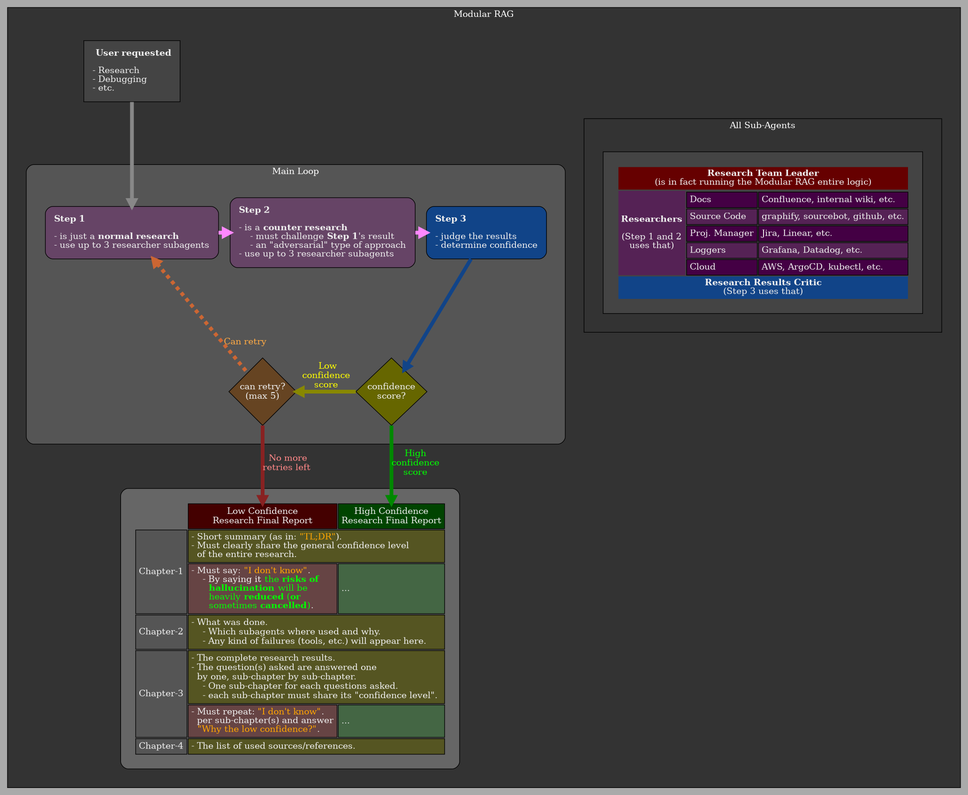
This is LLMs/modular-rag/diagrams/modular-rag.png from GuillaumeBouchetEpitech/some-teaching-material, a Graphviz export, as it was before one commit. Its source is kept beside it as LLMs/modular-rag/diagrams/modular-rag.dot. The source it was exported from:
```dot
digraph {

  bgcolor="#aaaaaa"

  compound=true;

  node [
    shape="box"
    style=filled
    fontcolor="#eeeeee"
    fillcolor="#666644"
    margin="0.2"
  ]

  edge [
    fontcolor="#ffffff"
    color="#aaaaaa"
    penwidth=6.0
    len=1.0
    minlen=0.0
  ]

  subgraph modular_rag {
    label = "Modular RAG"
    fontcolor="#ffffff"
    bgcolor="#333333"
    cluster=true
    margin="30.0"

    research [label=< <b>User requested</b><br/><br/>- Research<br align="left"/>- Debugging<br align="left"/>- etc.<br align="left"/>> shape="box" fillcolor="#444444"]

    subgraph main_loop {
      label = "Main Loop"
      fontcolor="#ffffff"
      bgcolor="#555555"
      style="filled,rounded"
      cluster=true

      node [style="filled,rounded"]
      node [fillcolor="#664466"]

      step1 [label=<<b>Step 1</b>
<br align="left"/>
<br align="left"/>- is just a <b>normal research</b>
<br align="left"/>- use up to 3 researcher subagents
<br align="left"/>>]

      step2 [label=<<b>Step 2</b>
<br align="left"/>
<br align="left"/>- is a <b>counter research</b>
<br align="left"/>    - must challenge <b>Step 1</b>'s result
<br align="left"/>    - an "adversarial" type of approach
<br align="left"/>- use up to 3 researcher subagents
<br align="left"/>>]

      node [fillcolor="#114488"]

      step3 [label=<<b>Step 3</b>
<br align="left"/>
<br align="left"/>- judge the results
<br align="left"/>- determine confidence
<br align="left"/>>]

      node [style="filled"]

      node [margin="0.0" width="1.5" height="1.5"]

      step3_1 [label="confidence\nscore?\n" shape="diamond" fillcolor="#666600"]
      step3_2 [label="can retry?\n(max 5)\n" shape="diamond" fillcolor="#664422"]

      node [margin="0.0" width="0.0" height="0.0"]
    }


      node [style="filled,rounded"]

      final_result [label=<
        <table border="0" cellpadding="4">

          <tr>
            <td colspan="1"></td>
            <td PORT="low_confidence" bgcolor="#440000" border="1" align="center" colspan="1">Low Confidence<br/>Research Final Report</td>
            <td PORT="high_confidence" bgcolor="#004400" border="1" align="center" colspan="1">High Confidence<br/>Research Final Report</td>
          </tr>

          <tr>
            <td bgcolor="#555555" border="1" align="left" colspan="1" rowspan="2">Chapter-1</td>
             <td bgcolor="#555522" border="1" align="left" colspan="2">
- Short summary (as in: <font color="orange">"TL;DR"</font>).<br align="left"/>
- Must clearly share the general confidence level<br align="left"/>
  of the entire research.<br align="left"/></td>
         </tr>

          <tr>
            <td bgcolor="#664444" border="1" align="left" colspan="1">
- Must say: <font color="orange">"I don't know"</font>.<br align="left"/>
    - By saying it <font color="green">the <b>risks of</b></font><br align="left"/>
      <font color="green"><b>hallucination</b> will be</font><br align="left"/>
      <font color="green">heavily <b>reduced</b> (<b>or</b></font><br align="left"/>
      <font color="green">sometimes <b>cancelled</b>)</font>.<br align="left"/>
</td>
            <td bgcolor="#446644" border="1" align="left" colspan="1">...</td>
          </tr>

          <tr>
            <td bgcolor="#555555" border="1" align="left" colspan="1">Chapter-2</td>
            <td bgcolor="#555522" border="1" align="left" colspan="2">
- What was done.<br align="left"/>
    - Which subagents where used and why.<br align="left"/>
    - Any kind of failures (tools, etc.) will appear here.</td>
          </tr>

          <tr>
            <td bgcolor="#555555" border="1" align="left" colspan="1" rowspan="2">Chapter-3</td>
            <td bgcolor="#555522" border="1" align="left" colspan="2">
- The complete research results.<br align="left"/>
- The question(s) asked are answered one<br align="left"/>
  by one, sub-chapter by sub-chapter.<br align="left"/>
    - One sub-chapter for each questions asked.<br align="left"/>
    - each sub-chapter must share its "confidence level".<br align="left"/></td>
          </tr>

          <tr>
            <td bgcolor="#664444" border="1" align="left" colspan="1">
- Must repeat: <font color="orange">"I don't know"</font>.<br align="left"/>
  per sub-chapter(s) and answer<br align="left"/>
  <font color="orange">"Why the low confidence?"</font>.<br align="left"/></td>
            <td bgcolor="#446644" border="1" align="left" colspan="1">...</td>
          </tr>

          <tr>
            <td bgcolor="#555555" border="1" align="left" colspan="1">Chapter-4</td>
            <td bgcolor="#555522" border="1" align="left" colspan="2">- The list of used sources/references.</td>
          </tr>

        </table>>
        margin="0.3" fillcolor="#666666"]


      node [margin="0.15"]

    node [style="filled"]
    node [fillcolor="#444444"]

    subgraph cluster_subagents {

      label = "All Sub-Agents"

      all_subagents [label=<
        <table border="0" cellpadding="4">
        <tr><td PORT="leader" bgcolor="#660000" colspan="3"><b>Research Team Leader</b><br/>(is in fact running the Modular RAG entire logic)</td></tr>

        <tr><td PORT="worker" bgcolor="#552255" rowspan="6" colspan="1"><b>Researchers</b><br/><br/>(Step 1 and 2<br/>uses that)</td></tr>
        <tr><td bgcolor="#440044"  border="1" align="left" colspan="1">Docs</td><td bgcolor="#440044"  border="1" align="left" colspan="1">Confluence, internal wiki, etc.</td></tr>
        <tr><td bgcolor="#552255"  border="1" align="left" colspan="1">Source Code</td><td bgcolor="#552255"  border="1" align="left" colspan="1">graphify, sourcebot, github, etc.</td></tr>
        <tr><td bgcolor="#440044"  border="1" align="left" colspan="1">Proj. Manager</td><td bgcolor="#440044"  border="1" align="left" colspan="1">Jira, Linear, etc.</td></tr>
        <tr><td bgcolor="#552255"  border="1" align="left" colspan="1">Loggers</td><td bgcolor="#552255"  border="1" align="left" colspan="1">Grafana, Datadog, etc.</td></tr>
        <tr><td bgcolor="#440044"  border="1" align="left" colspan="1">Cloud</td><td bgcolor="#440044"  border="1" align="left" colspan="1">AWS, ArgoCD, kubectl, etc.</td></tr>

        <tr><td PORT="critic" bgcolor="#114488" colspan="3"><b>Research Results Critic</b><br/>(Step 3 uses that)</td></tr>
        </table>>
        margin="0.3"]

    }

  }

  research -> step1 [color="#888888" minlen=1.0]

  edge  [color="#ff88ff"]
  step1 -> step2 [minlen=0.0]
  step2 -> step3 [minlen=0.0]
  edge  [color="#114488"]
  step3 -> step3_1 [minlen=1.0]
  step3_1 -> step3_2 [label=" Low\nconfidence\nscore" fontcolor="#ffff00" color="#888800" minlen=0.0]
  step1 -> step3_2 [label="Can retry\n" fontcolor="#ffaa44" color="#cc6633" dir="back" style="dashed" penwidth=6]

  step3_2 -> final_result:low_confidence [label=" No more\nretries left\n" fontcolor="#ff8888" color="#882222" minlen=1.0]
  step3_1 -> final_result:high_confidence [label="High\nconfidence\nscore" fontcolor="#00ff00" color="#008800" minlen=1.0]


  edge [
    len=0.0
    minlen=0.0
  ]

  step3 -> all_subagents:critic [style="invis"]

}
```
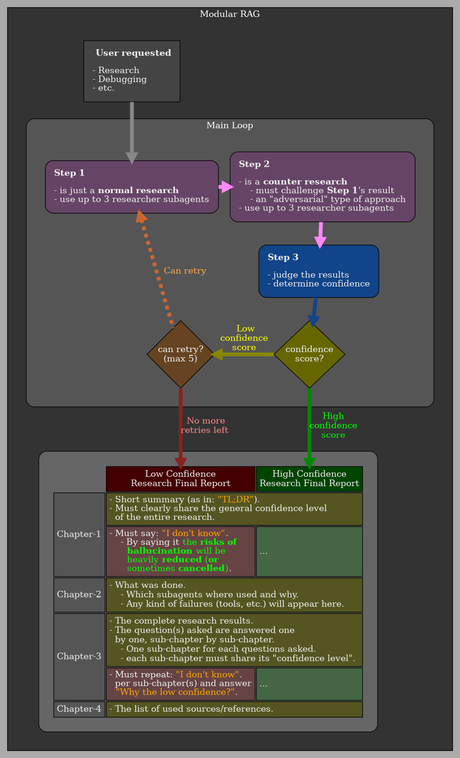
After the change.

Commit message:
added some "Modular RAG" related details (simpler readme)

Change to the diagram source:
```diff
@@ -142,26 +142,11 @@
     node [style="filled"]
     node [fillcolor="#444444"]
 
-    subgraph cluster_subagents {
 
-      label = "All Sub-Agents"
 
-      all_subagents [label=<
-        <table border="0" cellpadding="4">
-        <tr><td PORT="leader" bgcolor="#660000" colspan="3"><b>Research Team Leader</b><br/>(is in fact running the Modular RAG entire logic)</td></tr>
 
-        <tr><td PORT="worker" bgcolor="#552255" rowspan="6" colspan="1"><b>Researchers</b><br/><br/>(Step 1 and 2<br/>uses that)</td></tr>
-        <tr><td bgcolor="#440044"  border="1" align="left" colspan="1">Docs</td><td bgcolor="#440044"  border="1" align="left" colspan="1">Confluence, internal wiki, etc.</td></tr>
-        <tr><td bgcolor="#552255"  border="1" align="left" colspan="1">Source Code</td><td bgcolor="#552255"  border="1" align="left" colspan="1">graphify, sourcebot, github, etc.</td></tr>
-        <tr><td bgcolor="#440044"  border="1" align="left" colspan="1">Proj. Manager</td><td bgcolor="#440044"  border="1" align="left" colspan="1">Jira, Linear, etc.</td></tr>
-        <tr><td bgcolor="#552255"  border="1" align="left" colspan="1">Loggers</td><td bgcolor="#552255"  border="1" align="left" colspan="1">Grafana, Datadog, etc.</td></tr>
-        <tr><td bgcolor="#440044"  border="1" align="left" colspan="1">Cloud</td><td bgcolor="#440044"  border="1" align="left" colspan="1">AWS, ArgoCD, kubectl, etc.</td></tr>
 
-        <tr><td PORT="critic" bgcolor="#114488" colspan="3"><b>Research Results Critic</b><br/>(Step 3 uses that)</td></tr>
-        </table>>
-        margin="0.3"]
 
-    }
 
   }
 
@@ -169,7 +154,7 @@
 
   edge  [color="#ff88ff"]
   step1 -> step2 [minlen=0.0]
-  step2 -> step3 [minlen=0.0]
+  step2 -> step3 [minlen=1.0]
   edge  [color="#114488"]
   step3 -> step3_1 [minlen=1.0]
   step3_1 -> step3_2 [label=" Low\nconfidence\nscore" fontcolor="#ffff00" color="#888800" minlen=0.0]
@@ -179,11 +164,6 @@
   step3_1 -> final_result:high_confidence [label="High\nconfidence\nscore" fontcolor="#00ff00" color="#008800" minlen=1.0]
 
 
-  edge [
-    len=0.0
-    minlen=0.0
-  ]
 
-  step3 -> all_subagents:critic [style="invis"]
 
 }
```
